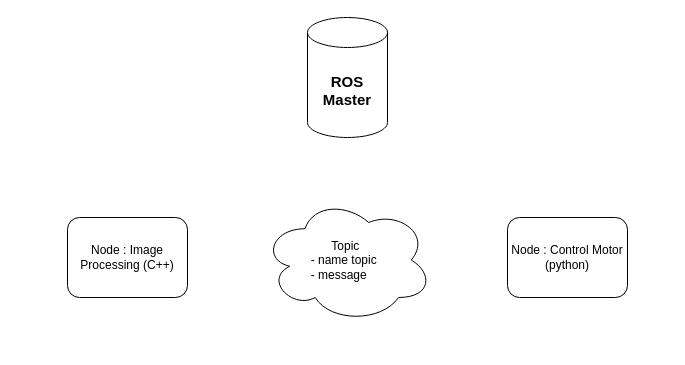
Earlier version of the draw.io diagram B3.drawio (Dieptranivsr/drawio-github). Source tidied: cells renumbered, new cells numbered last; positions are measured from the earlier drawing's top-left corner, leaving out a move shared by most shapes. Both pictures are drawn from the tidied source at 100%, with x=0, y=0 at pixel (67, 17).
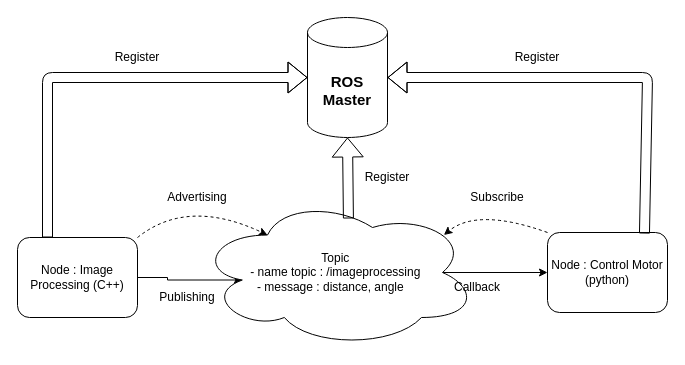
After the change.

Unchanged cells that the change refers to:
```xml
<mxCell id="2" value="&lt;font style=&quot;font-size: 15px&quot;&gt;&lt;b&gt;ROS &lt;br&gt;Master&lt;/b&gt;&lt;/font&gt;" style="shape=cylinder3;whiteSpace=wrap;html=1;boundedLbl=1;backgroundOutline=1;size=15;" parent="1" vertex="1">
  <mxGeometry x="240" width="80" height="120" as="geometry" />
</mxCell>
```

Change to the diagram source:
```diff
@@
+    <mxCell id="6" style="edgeStyle=orthogonalEdgeStyle;rounded=0;jettySize=auto;html=1;entryX=0.16;entryY=0.55;entryDx=0;entryDy=0;entryPerimeter=0;" parent="1" edge="1" source="3" target="5">
+      <mxGeometry relative="1" as="geometry" />
+    </mxCell>
     <mxCell id="3" value="Node : Image Processing (C++)" style="rounded=1;whiteSpace=wrap;html=1;" parent="1" vertex="1">
-      <mxGeometry y="200" width="120" height="80" as="geometry" />
+      <mxGeometry x="-50" y="220" width="120" height="80" as="geometry" />
     </mxCell>
     <mxCell id="4" value="Node : Control Motor&lt;br&gt;(python)" style="rounded=1;whiteSpace=wrap;html=1;" parent="1" vertex="1">
-      <mxGeometry x="440" y="200" width="120" height="80" as="geometry" />
+      <mxGeometry x="480" y="215" width="120" height="80" as="geometry" />
     </mxCell>
+    <mxCell id="7" style="edgeStyle=orthogonalEdgeStyle;rounded=0;jettySize=auto;html=1;entryX=0;entryY=0.5;entryDx=0;entryDy=0;exitX=0.875;exitY=0.5;exitDx=0;exitDy=0;exitPerimeter=0;" parent="1" edge="1" source="5" target="4">
+      <mxGeometry relative="1" as="geometry" />
+    </mxCell>
-    <mxCell id="5" value="Topic&amp;nbsp;&lt;br&gt;- name topic&amp;nbsp;&amp;nbsp;&lt;br&gt;- message&amp;nbsp; &amp;nbsp; &amp;nbsp;" style="ellipse;shape=cloud;whiteSpace=wrap;html=1;" parent="1" vertex="1">
-      <mxGeometry x="195" y="180" width="170" height="125" as="geometry" />
+    <mxCell id="5" value="Topic&amp;nbsp;&lt;br&gt;- name topic : /imageprocessing&amp;nbsp;&lt;br&gt;- message : distance, angle&amp;nbsp; &amp;nbsp;&amp;nbsp;" style="ellipse;shape=cloud;whiteSpace=wrap;html=1;" parent="1" vertex="1">
+      <mxGeometry x="130" y="180" width="280" height="150" as="geometry" />
     </mxCell>
+    <mxCell id="8" value="Publishing" style="text;html=1;strokeColor=none;fillColor=none;align=center;verticalAlign=middle;whiteSpace=wrap;rounded=0;" parent="1" vertex="1">
+      <mxGeometry x="100" y="270" width="40" height="20" as="geometry" />
+    </mxCell>
+    <mxCell id="9" value="Callback" style="text;html=1;strokeColor=none;fillColor=none;align=center;verticalAlign=middle;whiteSpace=wrap;rounded=0;" parent="1" vertex="1">
+      <mxGeometry x="390" y="260" width="40" height="20" as="geometry" />
+    </mxCell>
+    <mxCell id="10" style="curved=1;endArrow=classic;html=1;exitX=1;exitY=0;exitDx=0;exitDy=0;entryX=0.25;entryY=0.25;entryDx=0;entryDy=0;entryPerimeter=0;dashed=1;" parent="1" edge="1" source="3" target="5">
+      <mxGeometry relative="1" as="geometry">
+        <Array as="points">
+          <mxPoint x="120" y="180" />
+        </Array>
+      </mxGeometry>
+    </mxCell>
+    <mxCell id="11" style="curved=1;endArrow=classic;html=1;dashed=1;exitX=0;exitY=0;exitDx=0;exitDy=0;entryX=0.88;entryY=0.25;entryDx=0;entryDy=0;entryPerimeter=0;" parent="1" edge="1" source="4" target="5">
+      <mxGeometry relative="1" as="geometry">
+        <Array as="points">
+          <mxPoint x="410" y="190" />
+        </Array>
+      </mxGeometry>
+    </mxCell>
+    <mxCell id="12" value="Subscribe" style="text;html=1;strokeColor=none;fillColor=none;align=center;verticalAlign=middle;whiteSpace=wrap;rounded=0;" parent="1" vertex="1">
+      <mxGeometry x="410" y="170" width="40" height="20" as="geometry" />
+    </mxCell>
+    <mxCell id="13" value="Advertising" style="text;html=1;strokeColor=none;fillColor=none;align=center;verticalAlign=middle;whiteSpace=wrap;rounded=0;" parent="1" vertex="1">
+      <mxGeometry x="110" y="170" width="40" height="20" as="geometry" />
+    </mxCell>
+    <mxCell id="14" style="shape=flexArrow;endArrow=classic;html=1;entryX=0.5;entryY=1;entryDx=0;entryDy=0;entryPerimeter=0;exitX=0.539;exitY=0.14;exitDx=0;exitDy=0;exitPerimeter=0;" parent="1" edge="1" source="5" target="2">
+      <mxGeometry relative="1" as="geometry" />
+    </mxCell>
+    <mxCell id="15" value="Register" style="text;html=1;strokeColor=none;fillColor=none;align=center;verticalAlign=middle;whiteSpace=wrap;rounded=0;" parent="1" vertex="1">
+      <mxGeometry x="300" y="150" width="40" height="20" as="geometry" />
+    </mxCell>
+    <mxCell id="16" style="shape=flexArrow;endArrow=classic;html=1;exitX=0.25;exitY=0;exitDx=0;exitDy=0;entryX=0;entryY=0.5;entryDx=0;entryDy=0;entryPerimeter=0;" parent="1" edge="1" source="3" target="2">
+      <mxGeometry relative="1" as="geometry">
+        <Array as="points">
+          <mxPoint x="-20" y="60" />
+        </Array>
+      </mxGeometry>
+    </mxCell>
+    <mxCell id="17" style="shape=flexArrow;endArrow=classic;html=1;entryX=1;entryY=0.5;entryDx=0;entryDy=0;entryPerimeter=0;exitX=0.808;exitY=0.013;exitDx=0;exitDy=0;exitPerimeter=0;" parent="1" edge="1" source="4" target="2">
+      <mxGeometry relative="1" as="geometry">
+        <Array as="points">
+          <mxPoint x="580" y="60" />
+        </Array>
+      </mxGeometry>
+    </mxCell>
+    <mxCell id="18" value="Register" style="text;html=1;strokeColor=none;fillColor=none;align=center;verticalAlign=middle;whiteSpace=wrap;rounded=0;" parent="1" vertex="1">
+      <mxGeometry x="50" y="30" width="40" height="20" as="geometry" />
+    </mxCell>
+    <mxCell id="19" value="Register" style="text;html=1;strokeColor=none;fillColor=none;align=center;verticalAlign=middle;whiteSpace=wrap;rounded=0;" parent="1" vertex="1">
+      <mxGeometry x="450" y="30" width="40" height="20" as="geometry" />
+    </mxCell>
+    <mxCell id="20" style="edgeStyle=orthogonalEdgeStyle;rounded=0;orthogonalLoop=1;jettySize=auto;html=1;exitX=0.5;exitY=1;exitDx=0;exitDy=0;" parent="1" edge="1" source="18" target="18">
+      <mxGeometry relative="1" as="geometry" />
+    </mxCell>
```
